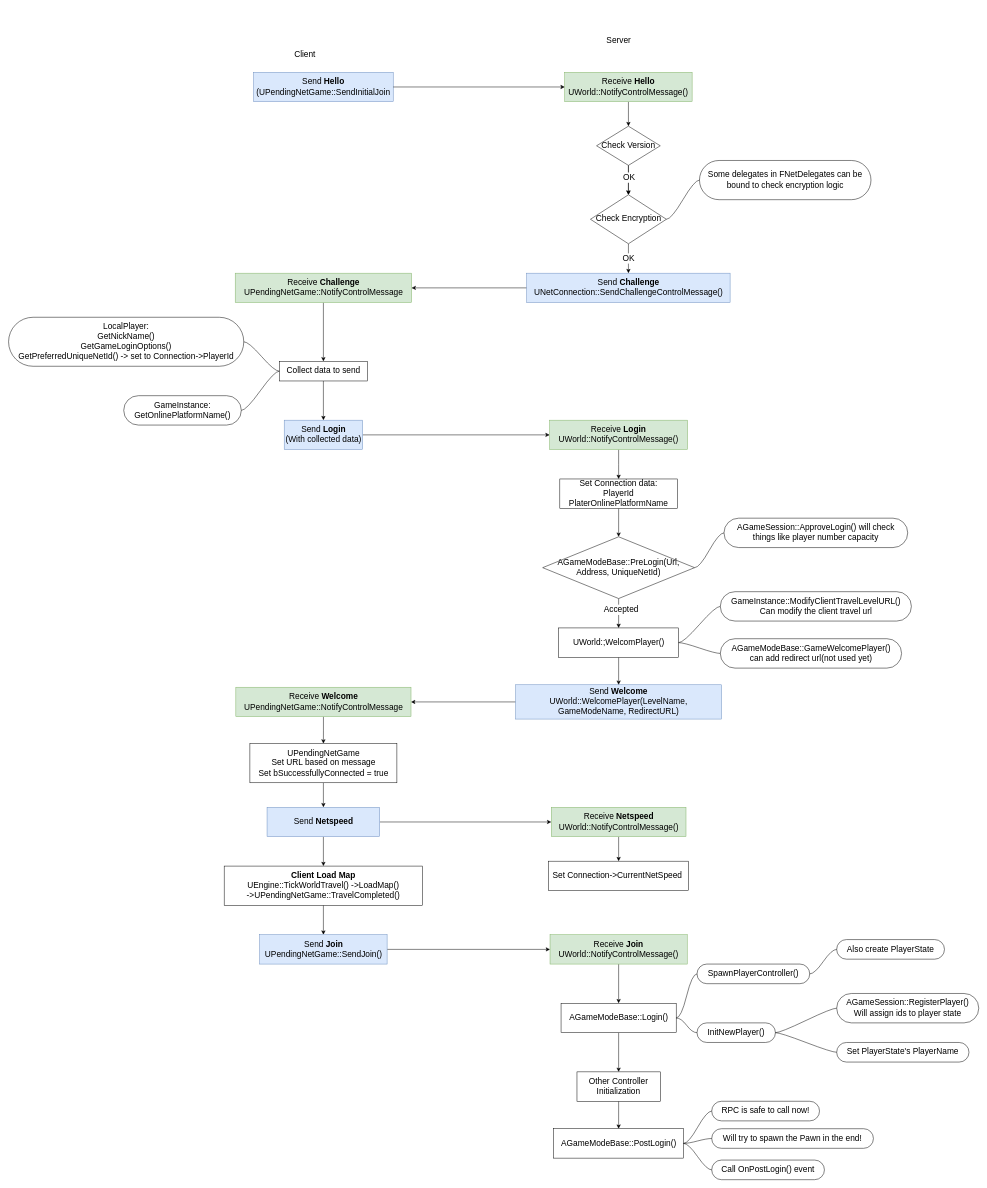
Above: UEGameModeConnectionFlow.drawio in tcmxx/TCMXXDrawIO (draw.io), before the change. Source tidied: cells renumbered, new cells numbered last; positions are measured from the earlier drawing's top-left corner, leaving out a move shared by most shapes. Both pictures are drawn from the tidied source at 49%, with x=0, y=0 at pixel (8, 33).
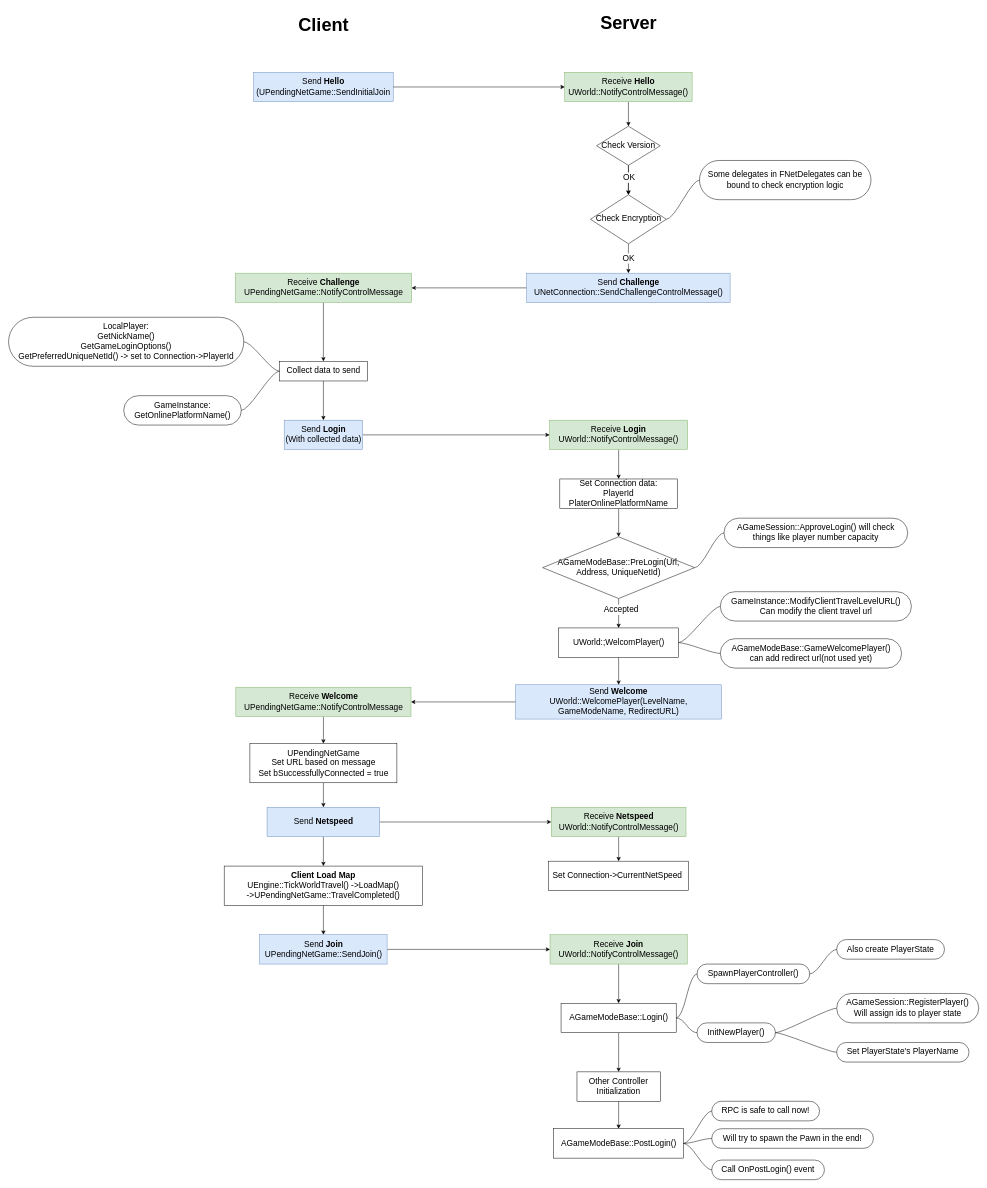
The same page after the edit.

Change to the diagram source:
```diff
@@
-    <mxCell id="5" value="Client&lt;br style=&quot;font-size: 17px;&quot;&gt;" style="text;html=1;strokeColor=none;fillColor=none;align=center;verticalAlign=middle;whiteSpace=wrap;rounded=0;fontSize=17;" parent="1" vertex="1">
-      <mxGeometry x="575" y="30" width="60" height="30" as="geometry" />
+    <mxCell id="5" value="Client&lt;br style=&quot;font-size: 37px;&quot;&gt;" style="text;html=1;strokeColor=none;fillColor=none;align=center;verticalAlign=middle;whiteSpace=wrap;rounded=0;fontSize=37;fontStyle=1;" parent="1" vertex="1">
+      <mxGeometry x="567.5" y="-40" width="150" height="50" as="geometry" />
     </mxCell>
-    <mxCell id="6" value="Server&lt;br style=&quot;font-size: 17px;&quot;&gt;" style="text;html=1;align=center;verticalAlign=middle;strokeColor=none;fillColor=none;fontSize=17;" parent="1" vertex="1">
-      <mxGeometry x="1210" width="70" height="30" as="geometry" />
+    <mxCell id="6" value="Server&lt;br style=&quot;font-size: 37px;&quot;&gt;" style="text;html=1;align=center;verticalAlign=middle;strokeColor=none;fillColor=none;fontSize=37;fontStyle=1;" parent="1" vertex="1">
+      <mxGeometry x="1195" y="-50" width="140" height="60" as="geometry" />
     </mxCell>
```
